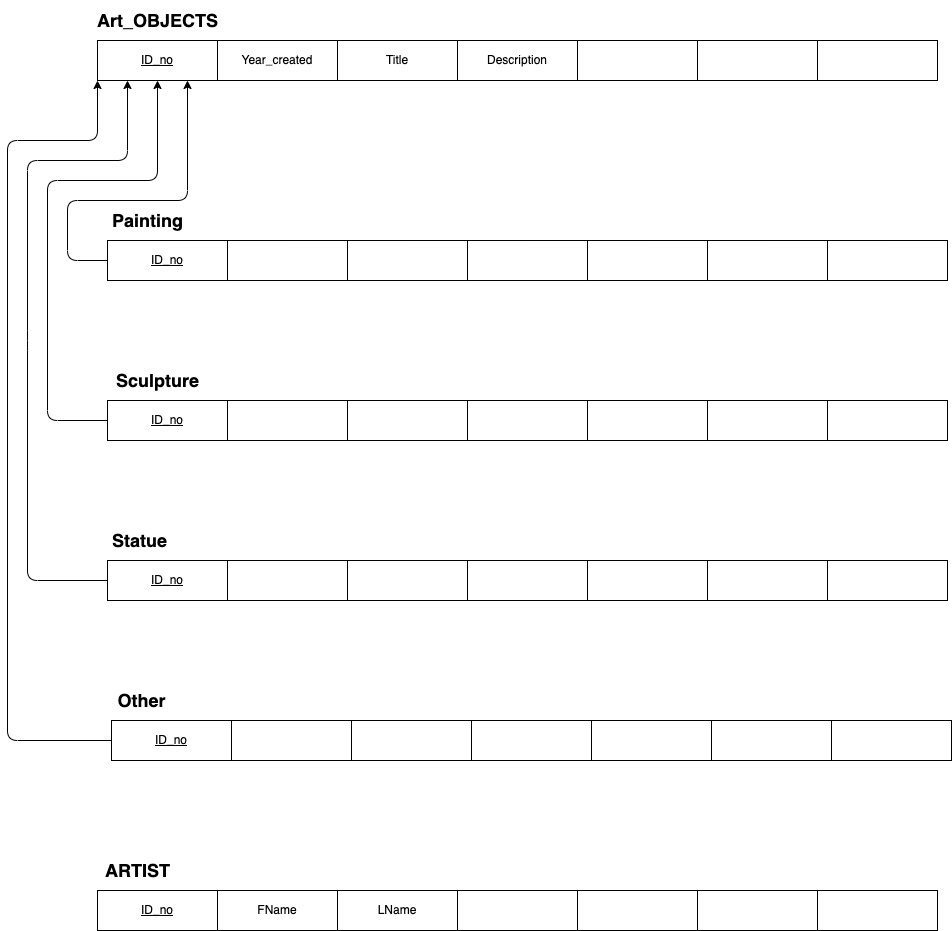
This is Database_Design_Folder/Relation Schema.drawio.png from Maan-Khedr-ENSF-300/museum-project-wannabyte, a draw.io export, as it was before one commit. Source tidied: cells renumbered, new cells last; positions are measured from the earlier drawing's top-left corner, leaving out a move shared by most shapes. The source it was exported from:
```xml
<mxGraphModel>
  <root>
    <mxCell id="0" />
    <mxCell id="1" parent="0" />
    <mxCell id="2" style="group;" parent="1" vertex="1">
      <mxGeometry x="90" y="200" width="850" height="80" as="geometry" />
    </mxCell>
    <mxCell id="3" value="&lt;u&gt;ID_no&lt;/u&gt;" style="rounded=0;whiteSpace=wrap;html=1;" parent="2" vertex="1">
      <mxGeometry x="10" y="40" width="120" height="40" as="geometry" />
    </mxCell>
    <mxCell id="4" value="Painting" style="text;strokeColor=none;fillColor=none;html=1;fontSize=18;fontStyle=1;verticalAlign=middle;align=center;" parent="2" vertex="1">
      <mxGeometry width="100" height="40" as="geometry" />
    </mxCell>
    <mxCell id="5" style="rounded=0;whiteSpace=wrap;html=1;" parent="2" vertex="1">
      <mxGeometry x="130" y="40" width="120" height="40" as="geometry" />
    </mxCell>
    <mxCell id="6" style="rounded=0;whiteSpace=wrap;html=1;" parent="2" vertex="1">
      <mxGeometry x="250" y="40" width="120" height="40" as="geometry" />
    </mxCell>
    <mxCell id="7" style="rounded=0;whiteSpace=wrap;html=1;" parent="2" vertex="1">
      <mxGeometry x="370" y="40" width="120" height="40" as="geometry" />
    </mxCell>
    <mxCell id="8" style="rounded=0;whiteSpace=wrap;html=1;" parent="2" vertex="1">
      <mxGeometry x="610" y="40" width="120" height="40" as="geometry" />
    </mxCell>
    <mxCell id="9" style="rounded=0;whiteSpace=wrap;html=1;" parent="2" vertex="1">
      <mxGeometry x="490" y="40" width="120" height="40" as="geometry" />
    </mxCell>
    <mxCell id="10" style="rounded=0;whiteSpace=wrap;html=1;" parent="2" vertex="1">
      <mxGeometry x="730" y="40" width="120" height="40" as="geometry" />
    </mxCell>
    <mxCell id="11" style="group;" parent="1" vertex="1">
      <mxGeometry x="90" y="360" width="850" height="80" as="geometry" />
    </mxCell>
    <mxCell id="12" value="&lt;u&gt;ID_no&lt;/u&gt;" style="rounded=0;whiteSpace=wrap;html=1;" parent="11" vertex="1">
      <mxGeometry x="10" y="40" width="120" height="40" as="geometry" />
    </mxCell>
    <mxCell id="13" value="Sculpture" style="text;strokeColor=none;fillColor=none;html=1;fontSize=18;fontStyle=1;verticalAlign=middle;align=center;" parent="11" vertex="1">
      <mxGeometry x="10" width="100" height="40" as="geometry" />
    </mxCell>
    <mxCell id="14" style="rounded=0;whiteSpace=wrap;html=1;" parent="11" vertex="1">
      <mxGeometry x="130" y="40" width="120" height="40" as="geometry" />
    </mxCell>
    <mxCell id="15" style="rounded=0;whiteSpace=wrap;html=1;" parent="11" vertex="1">
      <mxGeometry x="250" y="40" width="120" height="40" as="geometry" />
    </mxCell>
    <mxCell id="16" style="rounded=0;whiteSpace=wrap;html=1;" parent="11" vertex="1">
      <mxGeometry x="370" y="40" width="120" height="40" as="geometry" />
    </mxCell>
    <mxCell id="17" style="rounded=0;whiteSpace=wrap;html=1;" parent="11" vertex="1">
      <mxGeometry x="610" y="40" width="120" height="40" as="geometry" />
    </mxCell>
    <mxCell id="18" style="rounded=0;whiteSpace=wrap;html=1;" parent="11" vertex="1">
      <mxGeometry x="490" y="40" width="120" height="40" as="geometry" />
    </mxCell>
    <mxCell id="19" style="rounded=0;whiteSpace=wrap;html=1;" parent="11" vertex="1">
      <mxGeometry x="730" y="40" width="120" height="40" as="geometry" />
    </mxCell>
    <mxCell id="20" style="group;" parent="1" vertex="1">
      <mxGeometry x="94" y="680" width="850" height="80" as="geometry" />
    </mxCell>
    <mxCell id="21" value="&lt;u&gt;ID_no&lt;/u&gt;" style="rounded=0;whiteSpace=wrap;html=1;" parent="20" vertex="1">
      <mxGeometry x="10" y="40" width="120" height="40" as="geometry" />
    </mxCell>
    <mxCell id="22" value="Other" style="text;strokeColor=none;fillColor=none;html=1;fontSize=18;fontStyle=1;verticalAlign=middle;align=center;" parent="20" vertex="1">
      <mxGeometry x="-10" width="100" height="40" as="geometry" />
    </mxCell>
    <mxCell id="23" style="rounded=0;whiteSpace=wrap;html=1;" parent="20" vertex="1">
      <mxGeometry x="130" y="40" width="120" height="40" as="geometry" />
    </mxCell>
    <mxCell id="24" style="rounded=0;whiteSpace=wrap;html=1;" parent="20" vertex="1">
      <mxGeometry x="250" y="40" width="120" height="40" as="geometry" />
    </mxCell>
    <mxCell id="25" style="rounded=0;whiteSpace=wrap;html=1;" parent="20" vertex="1">
      <mxGeometry x="370" y="40" width="120" height="40" as="geometry" />
    </mxCell>
    <mxCell id="26" style="rounded=0;whiteSpace=wrap;html=1;" parent="20" vertex="1">
      <mxGeometry x="610" y="40" width="120" height="40" as="geometry" />
    </mxCell>
    <mxCell id="27" style="rounded=0;whiteSpace=wrap;html=1;" parent="20" vertex="1">
      <mxGeometry x="490" y="40" width="120" height="40" as="geometry" />
    </mxCell>
    <mxCell id="28" style="rounded=0;whiteSpace=wrap;html=1;" parent="20" vertex="1">
      <mxGeometry x="730" y="40" width="120" height="40" as="geometry" />
    </mxCell>
    <mxCell id="29" style="group;" parent="1" vertex="1">
      <mxGeometry x="90" y="520" width="850" height="80" as="geometry" />
    </mxCell>
    <mxCell id="30" value="&lt;u&gt;ID_no&lt;/u&gt;" style="rounded=0;whiteSpace=wrap;html=1;" parent="29" vertex="1">
      <mxGeometry x="10" y="40" width="120" height="40" as="geometry" />
    </mxCell>
    <mxCell id="31" value="Statue" style="text;strokeColor=none;fillColor=none;html=1;fontSize=18;fontStyle=1;verticalAlign=middle;align=center;" parent="29" vertex="1">
      <mxGeometry x="-8" width="100" height="40" as="geometry" />
    </mxCell>
    <mxCell id="32" style="rounded=0;whiteSpace=wrap;html=1;" parent="29" vertex="1">
      <mxGeometry x="130" y="40" width="120" height="40" as="geometry" />
    </mxCell>
    <mxCell id="33" style="rounded=0;whiteSpace=wrap;html=1;" parent="29" vertex="1">
      <mxGeometry x="250" y="40" width="120" height="40" as="geometry" />
    </mxCell>
    <mxCell id="34" style="rounded=0;whiteSpace=wrap;html=1;" parent="29" vertex="1">
      <mxGeometry x="370" y="40" width="120" height="40" as="geometry" />
    </mxCell>
    <mxCell id="35" style="rounded=0;whiteSpace=wrap;html=1;" parent="29" vertex="1">
      <mxGeometry x="610" y="40" width="120" height="40" as="geometry" />
    </mxCell>
    <mxCell id="36" style="rounded=0;whiteSpace=wrap;html=1;" parent="29" vertex="1">
      <mxGeometry x="490" y="40" width="120" height="40" as="geometry" />
    </mxCell>
    <mxCell id="37" style="rounded=0;whiteSpace=wrap;html=1;" parent="29" vertex="1">
      <mxGeometry x="730" y="40" width="120" height="40" as="geometry" />
    </mxCell>
    <mxCell id="38" style="group;" parent="1" vertex="1">
      <mxGeometry x="80" width="850" height="80" as="geometry" />
    </mxCell>
    <mxCell id="39" value="&lt;u&gt;ID_no&lt;/u&gt;" style="rounded=0;whiteSpace=wrap;html=1;" parent="38" vertex="1">
      <mxGeometry x="10" y="40" width="120" height="40" as="geometry" />
    </mxCell>
    <mxCell id="40" value="Art_OBJECTS" style="text;strokeColor=none;fillColor=none;html=1;fontSize=18;fontStyle=1;verticalAlign=middle;align=center;" parent="38" vertex="1">
      <mxGeometry x="20" width="100" height="40" as="geometry" />
    </mxCell>
    <mxCell id="41" value="Year_created" style="rounded=0;whiteSpace=wrap;html=1;" parent="38" vertex="1">
      <mxGeometry x="130" y="40" width="120" height="40" as="geometry" />
    </mxCell>
    <mxCell id="42" value="Title" style="rounded=0;whiteSpace=wrap;html=1;" parent="38" vertex="1">
      <mxGeometry x="250" y="40" width="120" height="40" as="geometry" />
    </mxCell>
    <mxCell id="43" value="Description" style="rounded=0;whiteSpace=wrap;html=1;" parent="38" vertex="1">
      <mxGeometry x="370" y="40" width="120" height="40" as="geometry" />
    </mxCell>
    <mxCell id="44" style="rounded=0;whiteSpace=wrap;html=1;" parent="38" vertex="1">
      <mxGeometry x="610" y="40" width="120" height="40" as="geometry" />
    </mxCell>
    <mxCell id="45" style="rounded=0;whiteSpace=wrap;html=1;" parent="38" vertex="1">
      <mxGeometry x="490" y="40" width="120" height="40" as="geometry" />
    </mxCell>
    <mxCell id="46" style="rounded=0;whiteSpace=wrap;html=1;" parent="38" vertex="1">
      <mxGeometry x="730" y="40" width="120" height="40" as="geometry" />
    </mxCell>
    <mxCell id="47" style="edgeStyle=none;html=1;exitX=0;exitY=0.5;exitDx=0;exitDy=0;fontSize=18;entryX=0.75;entryY=1;entryDx=0;entryDy=0;" parent="1" edge="1" source="3" target="39">
      <mxGeometry relative="1" as="geometry">
        <Array as="points">
          <mxPoint x="60" y="260" />
          <mxPoint x="60" y="200" />
          <mxPoint x="180" y="200" />
        </Array>
      </mxGeometry>
    </mxCell>
    <mxCell id="48" style="edgeStyle=none;html=1;exitX=0;exitY=0.5;exitDx=0;exitDy=0;fontSize=18;entryX=0.5;entryY=1;entryDx=0;entryDy=0;" parent="1" edge="1" source="12" target="39">
      <mxGeometry relative="1" as="geometry">
        <Array as="points">
          <mxPoint x="40" y="420" />
          <mxPoint x="40" y="180" />
          <mxPoint x="150" y="180" />
        </Array>
      </mxGeometry>
    </mxCell>
    <mxCell id="49" style="edgeStyle=none;html=1;exitX=0;exitY=0.5;exitDx=0;exitDy=0;entryX=0.25;entryY=1;entryDx=0;entryDy=0;fontSize=18;" parent="1" edge="1" source="30" target="39">
      <mxGeometry relative="1" as="geometry">
        <Array as="points">
          <mxPoint x="20" y="580" />
          <mxPoint x="20" y="340" />
          <mxPoint x="20" y="160" />
          <mxPoint x="120" y="160" />
        </Array>
      </mxGeometry>
    </mxCell>
    <mxCell id="50" style="edgeStyle=none;html=1;exitX=0;exitY=0.5;exitDx=0;exitDy=0;entryX=0;entryY=1;entryDx=0;entryDy=0;fontSize=18;" parent="1" edge="1" source="21" target="39">
      <mxGeometry relative="1" as="geometry">
        <Array as="points">
          <mxPoint y="740" />
          <mxPoint y="140" />
          <mxPoint x="90" y="140" />
        </Array>
      </mxGeometry>
    </mxCell>
    <mxCell id="51" style="group;" parent="1" vertex="1">
      <mxGeometry x="80" y="850" width="850" height="80" as="geometry" />
    </mxCell>
    <mxCell id="52" value="&lt;u&gt;ID_no&lt;/u&gt;" style="rounded=0;whiteSpace=wrap;html=1;" parent="51" vertex="1">
      <mxGeometry x="10" y="40" width="120" height="40" as="geometry" />
    </mxCell>
    <mxCell id="53" value="ARTIST" style="text;strokeColor=none;fillColor=none;html=1;fontSize=18;fontStyle=1;verticalAlign=middle;align=center;" parent="51" vertex="1">
      <mxGeometry width="100" height="40" as="geometry" />
    </mxCell>
    <mxCell id="54" value="FName" style="rounded=0;whiteSpace=wrap;html=1;" parent="51" vertex="1">
      <mxGeometry x="130" y="40" width="120" height="40" as="geometry" />
    </mxCell>
    <mxCell id="55" value="LName" style="rounded=0;whiteSpace=wrap;html=1;" parent="51" vertex="1">
      <mxGeometry x="250" y="40" width="120" height="40" as="geometry" />
    </mxCell>
    <mxCell id="56" style="rounded=0;whiteSpace=wrap;html=1;" parent="51" vertex="1">
      <mxGeometry x="370" y="40" width="120" height="40" as="geometry" />
    </mxCell>
    <mxCell id="57" style="rounded=0;whiteSpace=wrap;html=1;" parent="51" vertex="1">
      <mxGeometry x="610" y="40" width="120" height="40" as="geometry" />
    </mxCell>
    <mxCell id="58" style="rounded=0;whiteSpace=wrap;html=1;" parent="51" vertex="1">
      <mxGeometry x="490" y="40" width="120" height="40" as="geometry" />
    </mxCell>
    <mxCell id="59" style="rounded=0;whiteSpace=wrap;html=1;" parent="51" vertex="1">
      <mxGeometry x="730" y="40" width="120" height="40" as="geometry" />
    </mxCell>
  </root>
</mxGraphModel>
```
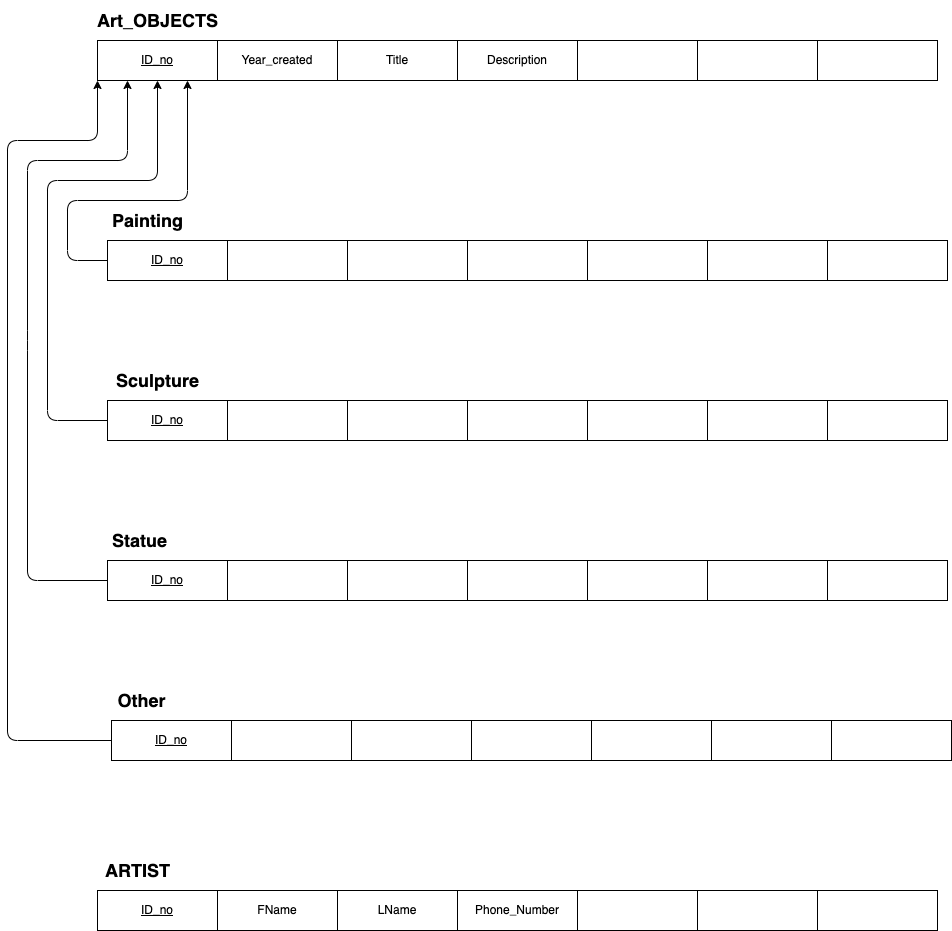
Later version of the same file.

Commit message:
Filling attributes and relating entities

Diff of the diagram source:
```diff
@@ -189,7 +189,7 @@
     <mxCell id="55" value="LName" style="rounded=0;whiteSpace=wrap;html=1;" parent="51" vertex="1">
       <mxGeometry x="250" y="40" width="120" height="40" as="geometry" />
     </mxCell>
-    <mxCell id="56" style="rounded=0;whiteSpace=wrap;html=1;" parent="51" vertex="1">
+    <mxCell id="56" value="Phone_Number" style="rounded=0;whiteSpace=wrap;html=1;" parent="51" vertex="1">
       <mxGeometry x="370" y="40" width="120" height="40" as="geometry" />
     </mxCell>
     <mxCell id="57" style="rounded=0;whiteSpace=wrap;html=1;" parent="51" vertex="1">
```
